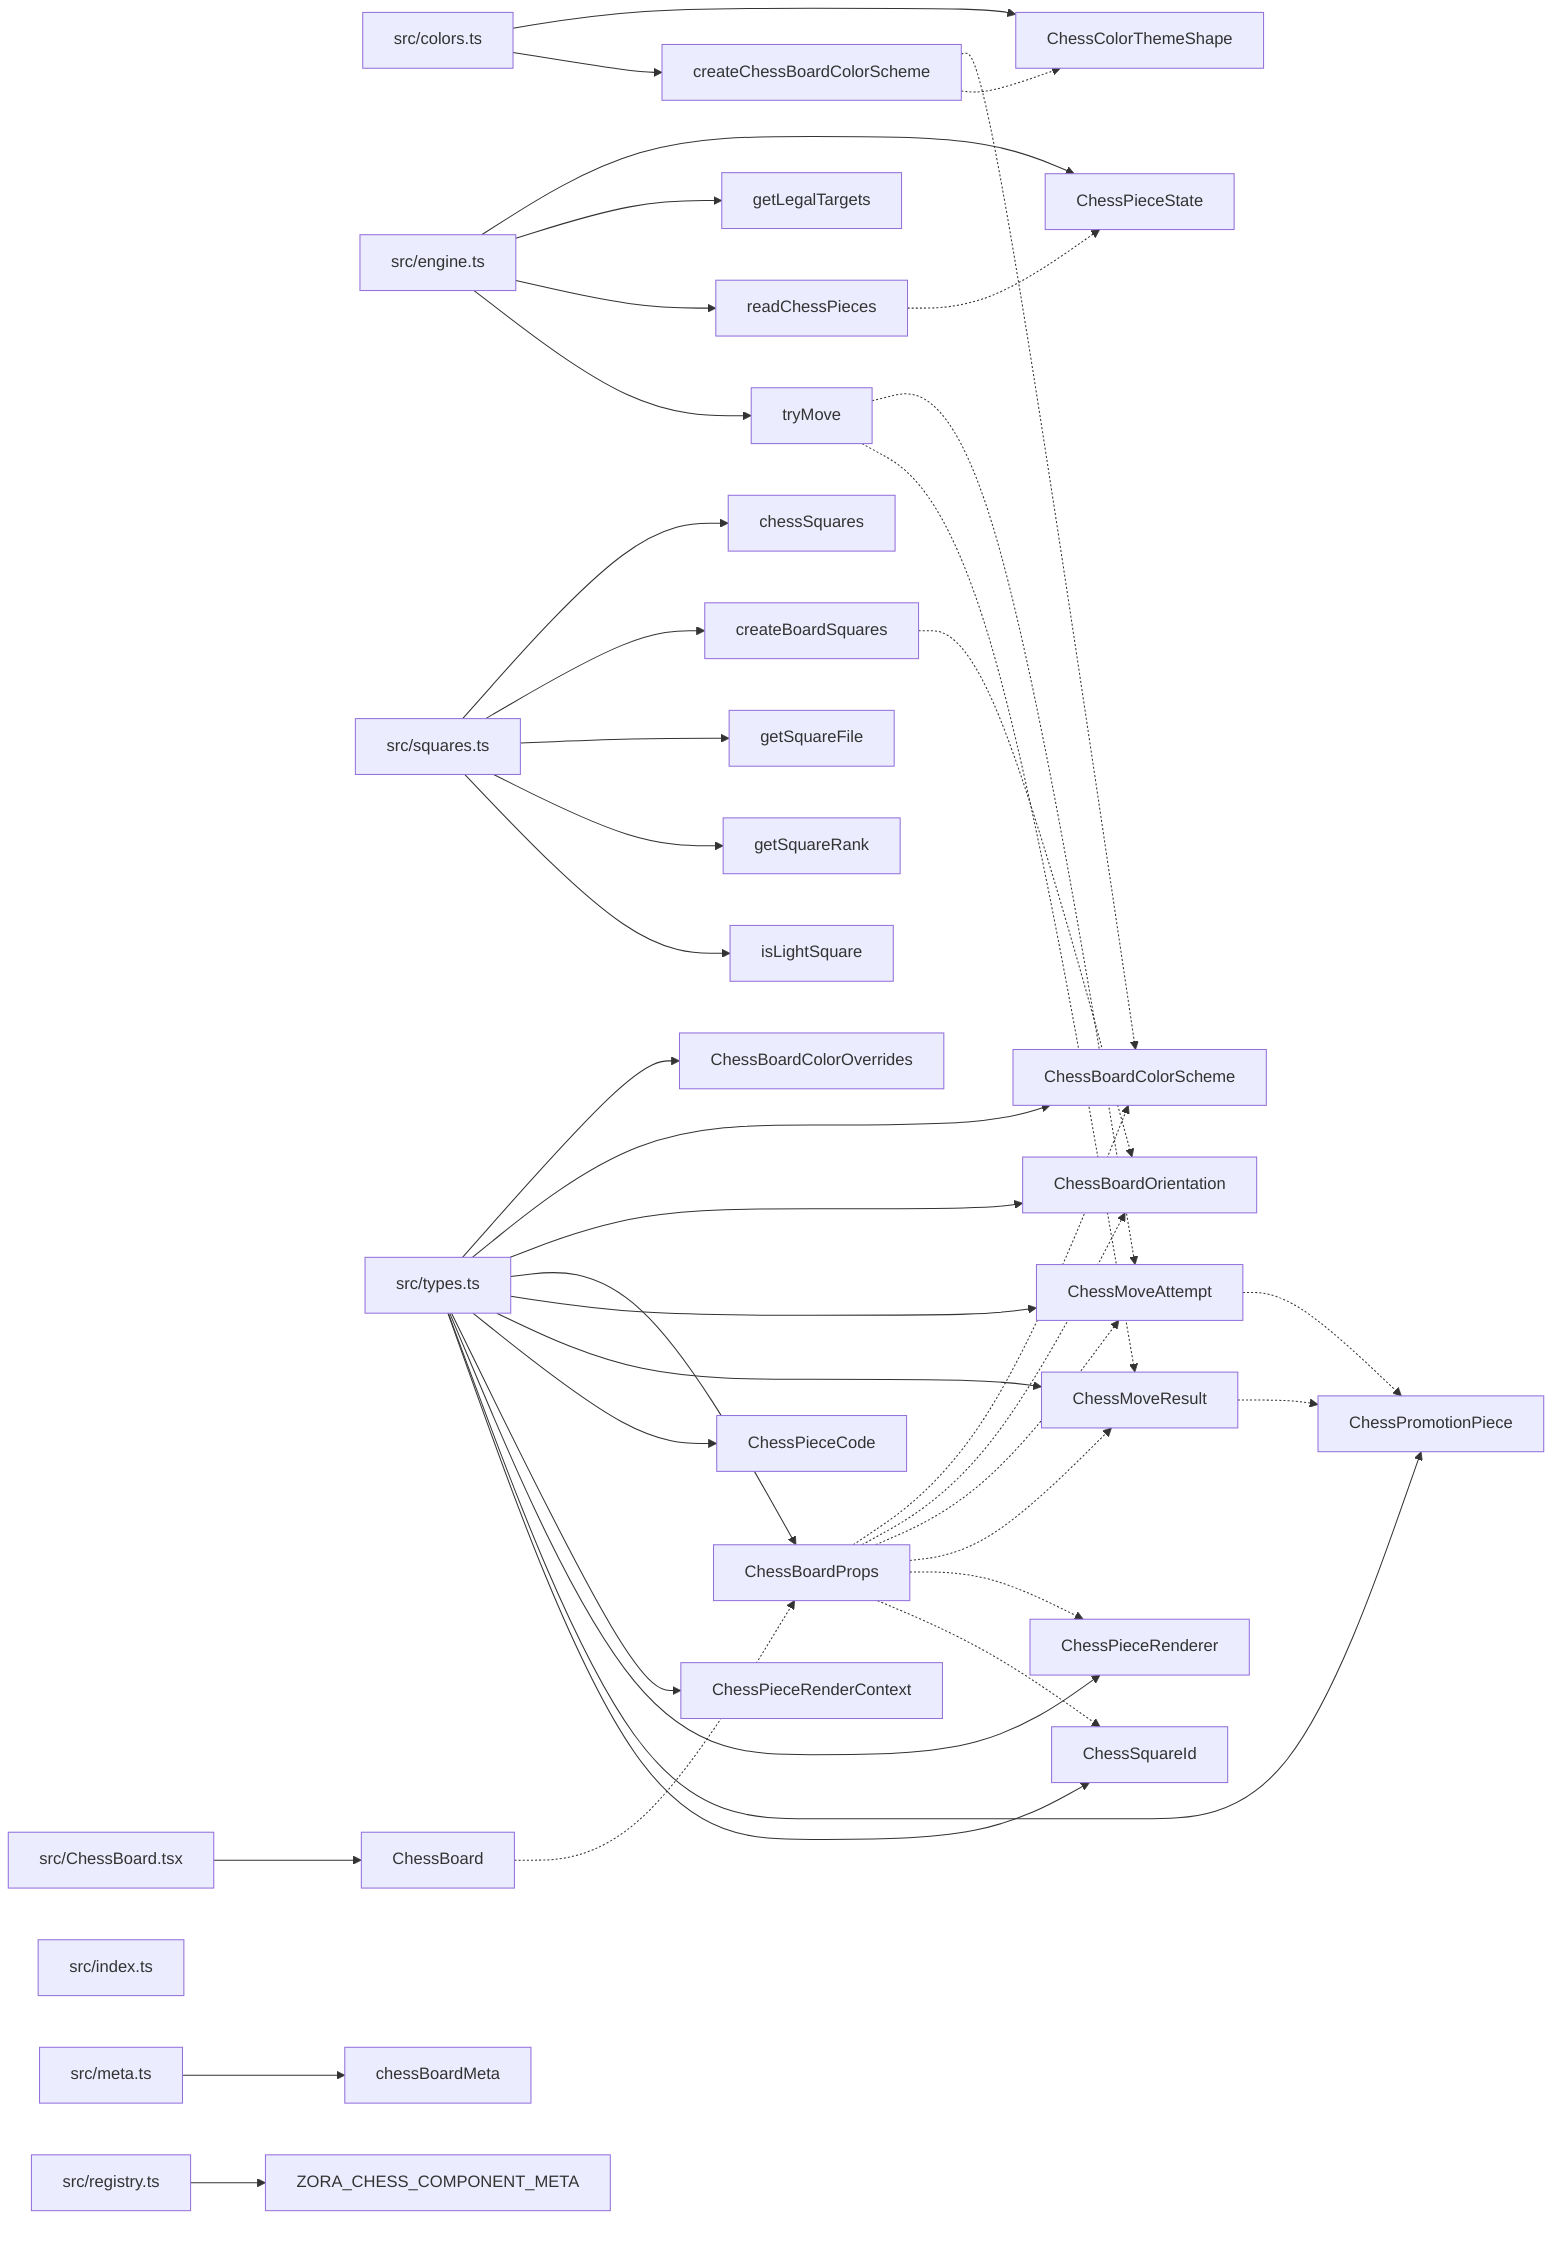
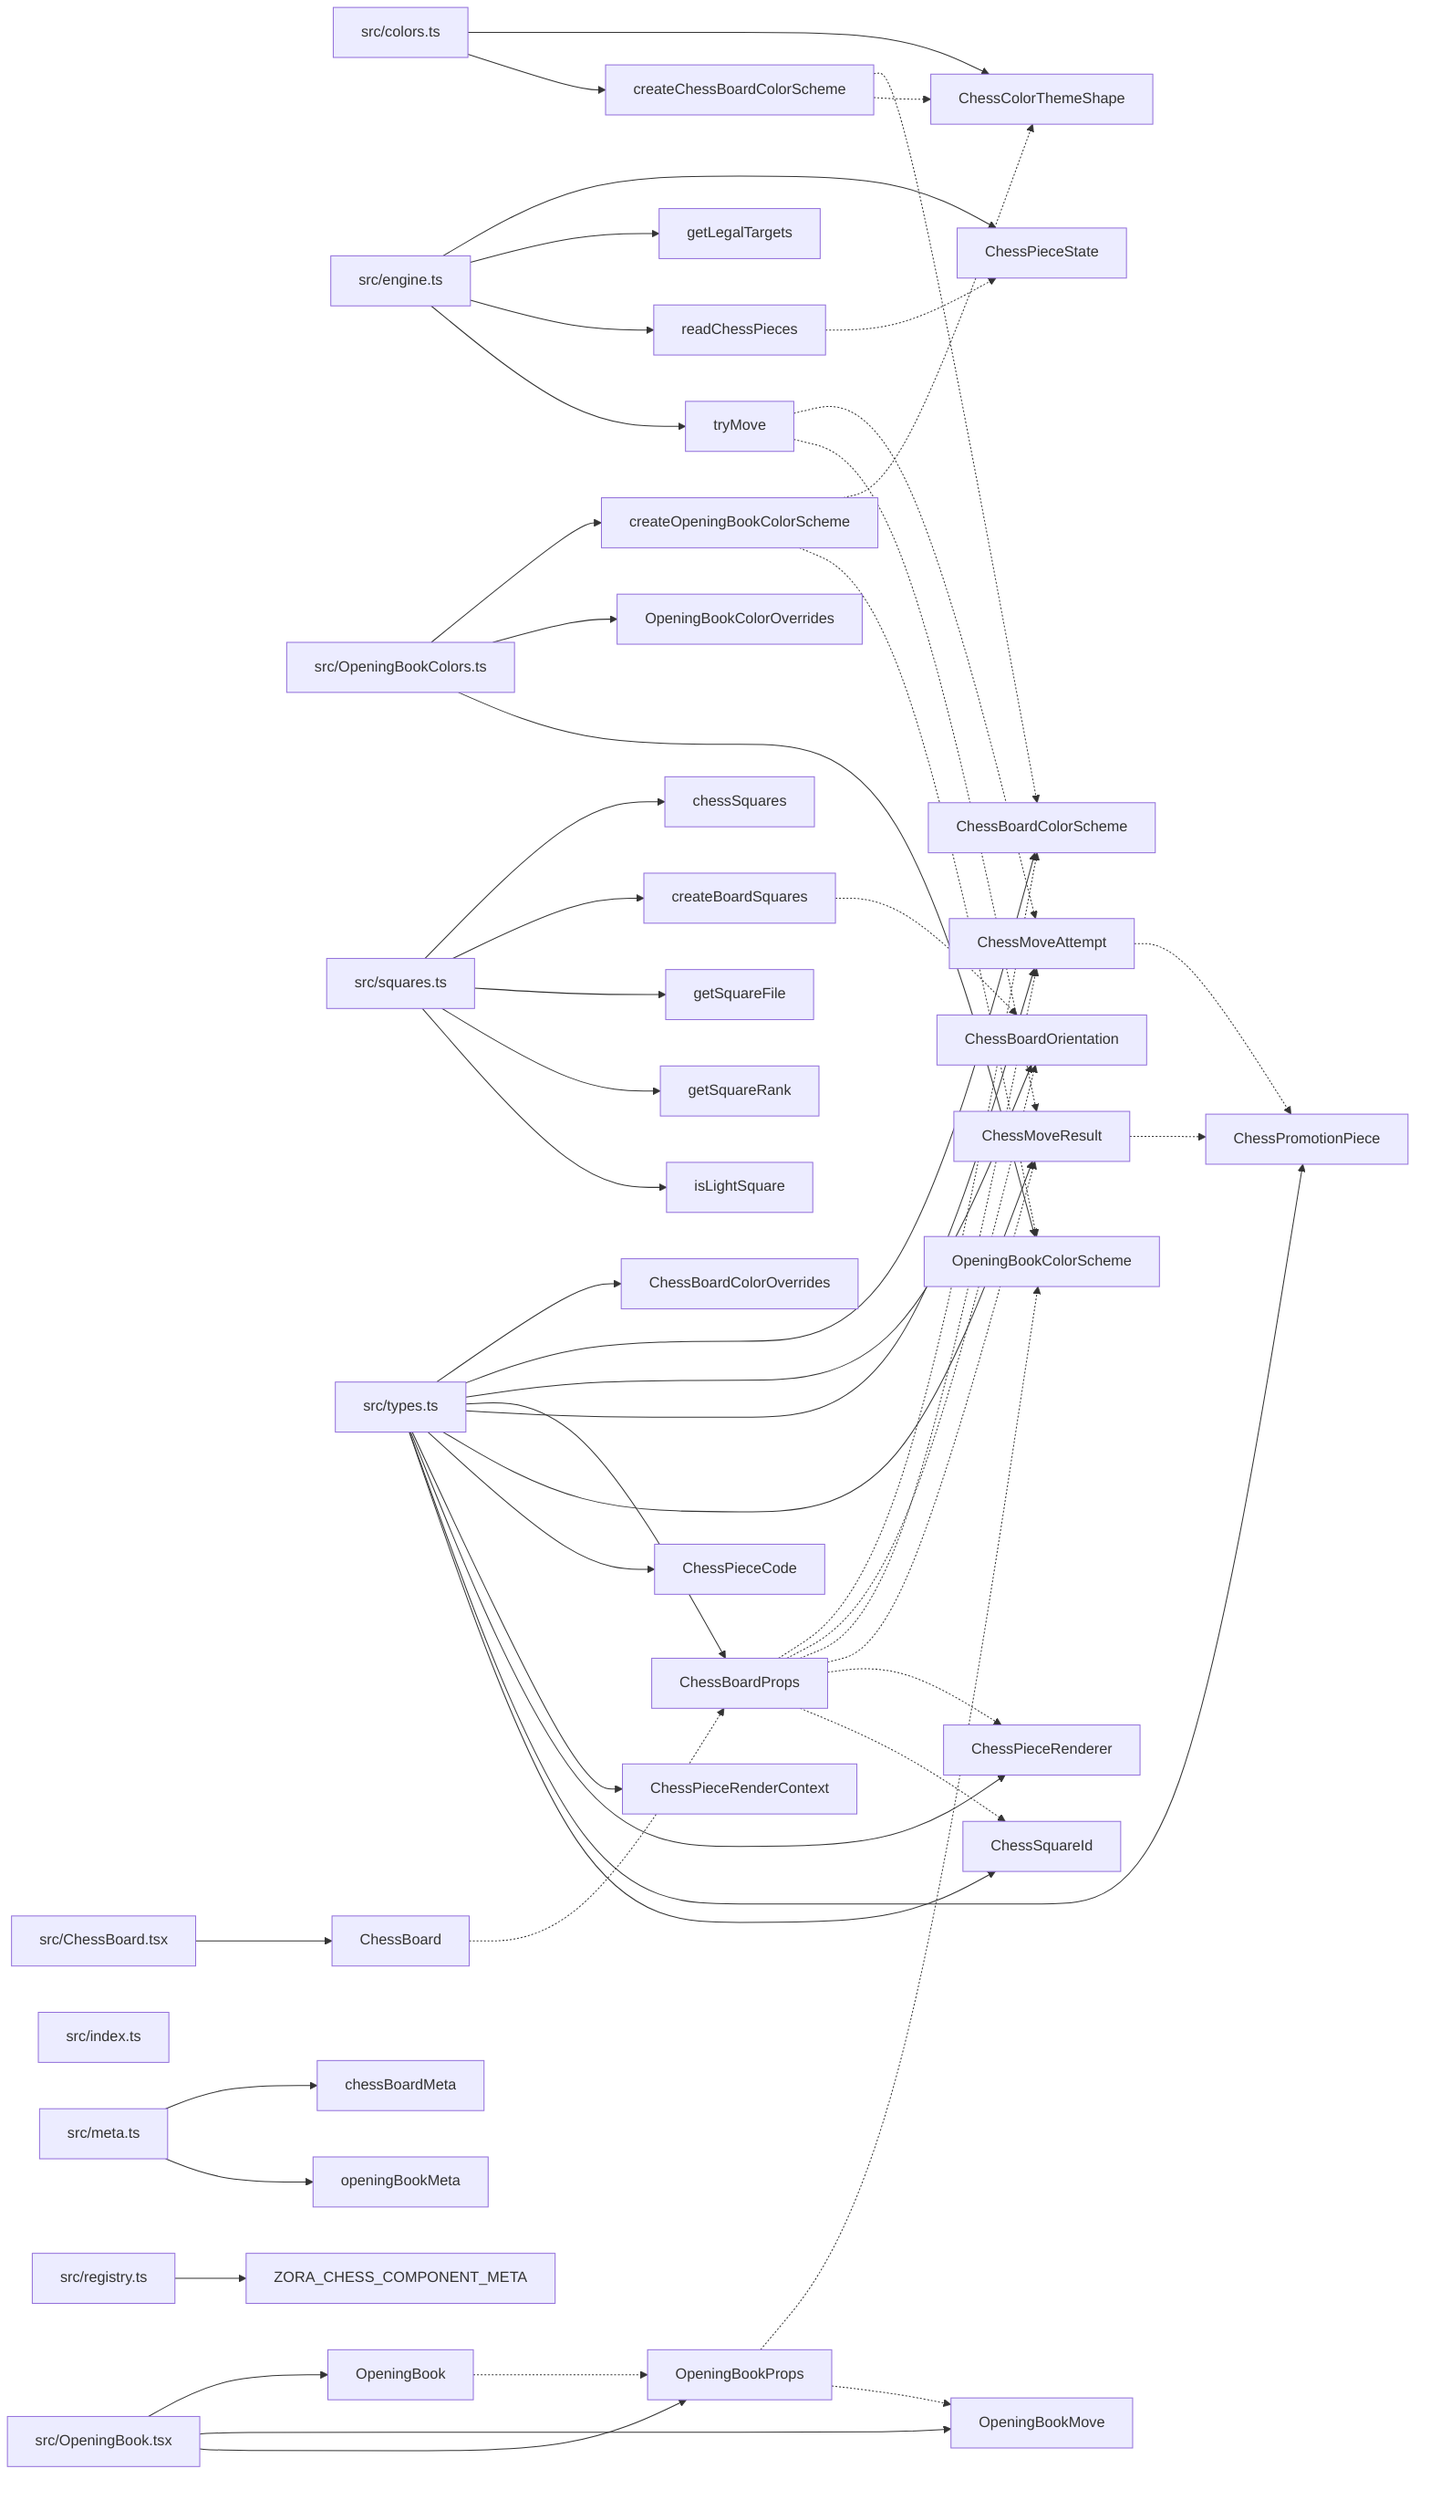
graph LR
  module_src_ChessBoard_tsx["src/ChessBoard.tsx"]
  module_src_colors_ts["src/colors.ts"]
  module_src_engine_ts["src/engine.ts"]
  module_src_index_ts["src/index.ts"]
  module_src_meta_ts["src/meta.ts"]
+   module_src_OpeningBook_tsx["src/OpeningBook.tsx"]
+   module_src_OpeningBookColors_ts["src/OpeningBookColors.ts"]
  module_src_registry_ts["src/registry.ts"]
  module_src_squares_ts["src/squares.ts"]
  module_src_types_ts["src/types.ts"]
  export_ChessBoard["ChessBoard"]
  module_src_ChessBoard_tsx --> export_ChessBoard
  export_ChessBoard -.-> export_ChessBoardProps
  export_ChessBoardColorOverrides["ChessBoardColorOverrides"]
  module_src_types_ts --> export_ChessBoardColorOverrides
  export_ChessBoardColorScheme["ChessBoardColorScheme"]
  module_src_types_ts --> export_ChessBoardColorScheme
  export_chessBoardMeta["chessBoardMeta"]
  module_src_meta_ts --> export_chessBoardMeta
  export_ChessBoardOrientation["ChessBoardOrientation"]
  module_src_types_ts --> export_ChessBoardOrientation
  export_ChessBoardProps["ChessBoardProps"]
  module_src_types_ts --> export_ChessBoardProps
  export_ChessBoardProps -.-> export_ChessBoardColorScheme
  export_ChessBoardProps -.-> export_ChessBoardOrientation
  export_ChessBoardProps -.-> export_ChessMoveAttempt
  export_ChessBoardProps -.-> export_ChessMoveResult
  export_ChessBoardProps -.-> export_ChessPieceRenderer
  export_ChessBoardProps -.-> export_ChessSquareId
  export_ChessColorThemeShape["ChessColorThemeShape"]
  module_src_colors_ts --> export_ChessColorThemeShape
  export_ChessMoveAttempt["ChessMoveAttempt"]
  module_src_types_ts --> export_ChessMoveAttempt
  export_ChessMoveAttempt -.-> export_ChessPromotionPiece
  export_ChessMoveResult["ChessMoveResult"]
  module_src_types_ts --> export_ChessMoveResult
  export_ChessMoveResult -.-> export_ChessPromotionPiece
  export_ChessPieceCode["ChessPieceCode"]
  module_src_types_ts --> export_ChessPieceCode
  export_ChessPieceRenderContext["ChessPieceRenderContext"]
  module_src_types_ts --> export_ChessPieceRenderContext
  export_ChessPieceRenderer["ChessPieceRenderer"]
  module_src_types_ts --> export_ChessPieceRenderer
  export_ChessPieceState["ChessPieceState"]
  module_src_engine_ts --> export_ChessPieceState
  export_ChessPromotionPiece["ChessPromotionPiece"]
  module_src_types_ts --> export_ChessPromotionPiece
  export_ChessSquareId["ChessSquareId"]
  module_src_types_ts --> export_ChessSquareId
  export_chessSquares["chessSquares"]
  module_src_squares_ts --> export_chessSquares
  export_createBoardSquares["createBoardSquares"]
  module_src_squares_ts --> export_createBoardSquares
  export_createBoardSquares -.-> export_ChessBoardOrientation
  export_createChessBoardColorScheme["createChessBoardColorScheme"]
  module_src_colors_ts --> export_createChessBoardColorScheme
  export_createChessBoardColorScheme -.-> export_ChessBoardColorScheme
  export_createChessBoardColorScheme -.-> export_ChessColorThemeShape
+   export_createOpeningBookColorScheme["createOpeningBookColorScheme"]
+   module_src_OpeningBookColors_ts --> export_createOpeningBookColorScheme
+   export_createOpeningBookColorScheme -.-> export_ChessColorThemeShape
+   export_createOpeningBookColorScheme -.-> export_OpeningBookColorScheme
  export_getLegalTargets["getLegalTargets"]
  module_src_engine_ts --> export_getLegalTargets
  export_getSquareFile["getSquareFile"]
  module_src_squares_ts --> export_getSquareFile
  export_getSquareRank["getSquareRank"]
  module_src_squares_ts --> export_getSquareRank
  export_isLightSquare["isLightSquare"]
  module_src_squares_ts --> export_isLightSquare
+   export_OpeningBook["OpeningBook"]
+   module_src_OpeningBook_tsx --> export_OpeningBook
+   export_OpeningBook -.-> export_OpeningBookProps
+   export_OpeningBookColorOverrides["OpeningBookColorOverrides"]
+   module_src_OpeningBookColors_ts --> export_OpeningBookColorOverrides
+   export_OpeningBookColorScheme["OpeningBookColorScheme"]
+   module_src_OpeningBookColors_ts --> export_OpeningBookColorScheme
+   export_openingBookMeta["openingBookMeta"]
+   module_src_meta_ts --> export_openingBookMeta
+   export_OpeningBookMove["OpeningBookMove"]
+   module_src_OpeningBook_tsx --> export_OpeningBookMove
+   export_OpeningBookProps["OpeningBookProps"]
+   module_src_OpeningBook_tsx --> export_OpeningBookProps
+   export_OpeningBookProps -.-> export_OpeningBookColorScheme
+   export_OpeningBookProps -.-> export_OpeningBookMove
  export_readChessPieces["readChessPieces"]
  module_src_engine_ts --> export_readChessPieces
  export_readChessPieces -.-> export_ChessPieceState
  export_tryMove["tryMove"]
  module_src_engine_ts --> export_tryMove
  export_tryMove -.-> export_ChessMoveAttempt
  export_tryMove -.-> export_ChessMoveResult
  export_ZORA_CHESS_COMPONENT_META["ZORA_CHESS_COMPONENT_META"]
  module_src_registry_ts --> export_ZORA_CHESS_COMPONENT_META
